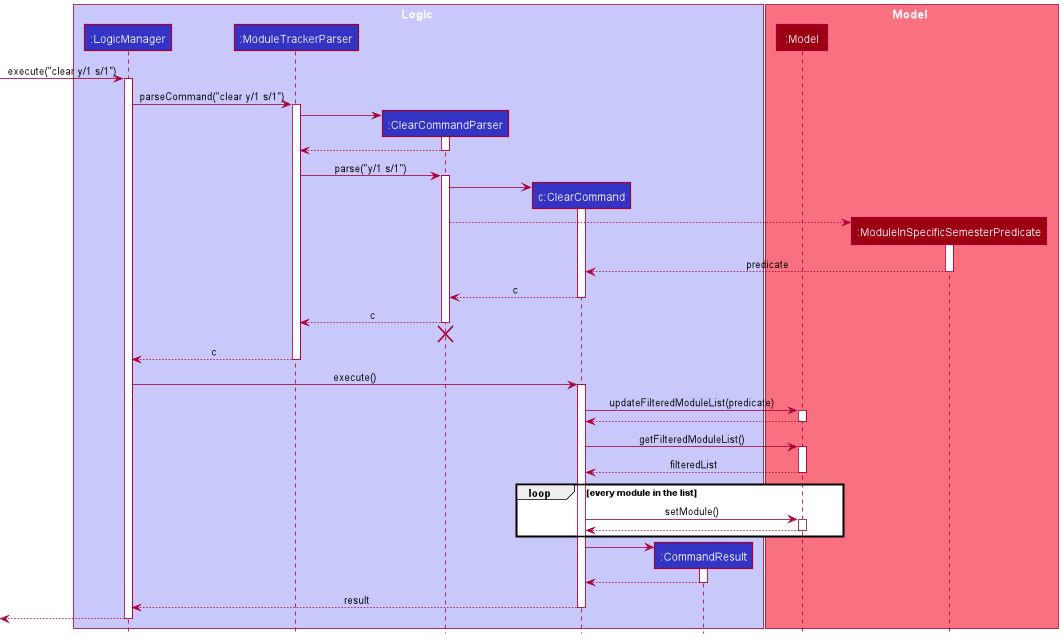
This is docs/images/ClearCommandSequenceDiagram.png from nus-cs2103-AY2122S1/tp, a PlantUML export, as it was before one commit. The source it was exported from:
```plantuml
@startuml
!include style.puml

box Logic LOGIC_COLOR_T1
participant ":LogicManager" as LogicManager LOGIC_COLOR
participant ":ModuleTrackerParser" as ModuleTrackerParser LOGIC_COLOR
participant ":ClearCommandParser" as ClearCommandParser LOGIC_COLOR
participant "c:ClearCommand" as ClearCommand LOGIC_COLOR
participant ":CommandResult" as CommandResult LOGIC_COLOR
end box

box Model MODEL_COLOR_T1
participant ":Model" as Model MODEL_COLOR
participant ":ModuleInSpecificSemesterPredicate" as ModuleInSpecificSemesterPredicate MODEL_COLOR
end box

[-> LogicManager : execute("clear y/1 s/1")
activate LogicManager

LogicManager -> ModuleTrackerParser : parseCommand("clear y/1 s/1")
activate ModuleTrackerParser

create ClearCommandParser
ModuleTrackerParser -> ClearCommandParser
activate ClearCommandParser

ClearCommandParser --> ModuleTrackerParser
deactivate ClearCommandParser

ModuleTrackerParser -> ClearCommandParser : parse("y/1 s/1")
activate ClearCommandParser

create ClearCommand
ClearCommandParser -> ClearCommand
activate ClearCommand
create ModuleInSpecificSemesterPredicate
ClearCommandParser --> ModuleInSpecificSemesterPredicate :
activate ModuleInSpecificSemesterPredicate
ModuleInSpecificSemesterPredicate --> ClearCommand : predicate
deactivate ModuleInSpecificSemesterPredicate
ClearCommand --> ClearCommandParser : c
deactivate ClearCommand

ClearCommandParser --> ModuleTrackerParser : c
deactivate ClearCommandParser
ClearCommandParser -[hidden]-> ModuleTrackerParser
destroy ClearCommandParser

ModuleTrackerParser --> LogicManager : c
deactivate ModuleTrackerParser

LogicManager -> ClearCommand : execute()
activate ClearCommand

ClearCommand -> Model : updateFilteredModuleList(predicate)
activate Model

Model --> ClearCommand
deactivate Model

ClearCommand -> Model : getFilteredModuleList()
activate Model

Model --> ClearCommand : filteredList
deactivate Model
loop every module in the list
ClearCommand -> Model : setModule()
activate Model
Model --> ClearCommand
deactivate Model
end
create CommandResult
ClearCommand -> CommandResult
activate CommandResult

CommandResult --> ClearCommand
deactivate CommandResult

ClearCommand --> LogicManager : result
deactivate ClearCommand

[<--LogicManager
deactivate LogicManager
@enduml
```
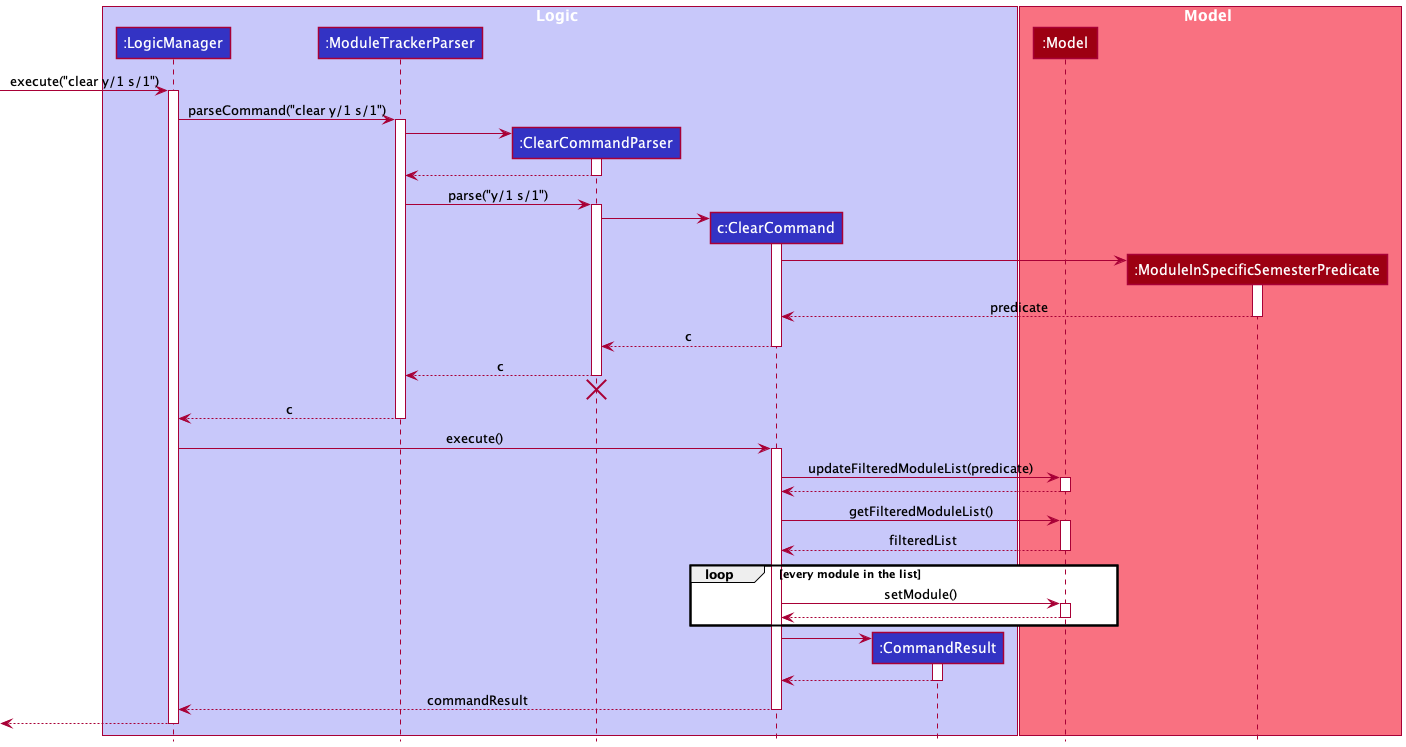
The same diagram one commit later.

Diff of the diagram source:
```diff
@@ -34,7 +34,7 @@
 ClearCommandParser -> ClearCommand
 activate ClearCommand
 create ModuleInSpecificSemesterPredicate
-ClearCommandParser --> ModuleInSpecificSemesterPredicate :
+ClearCommand-> ModuleInSpecificSemesterPredicate :
 activate ModuleInSpecificSemesterPredicate
 ModuleInSpecificSemesterPredicate --> ClearCommand : predicate
 deactivate ModuleInSpecificSemesterPredicate
@@ -76,7 +76,7 @@
 CommandResult --> ClearCommand
 deactivate CommandResult
 
-ClearCommand --> LogicManager : result
+ClearCommand --> LogicManager : commandResult
 deactivate ClearCommand
 
 [<--LogicManager
```
